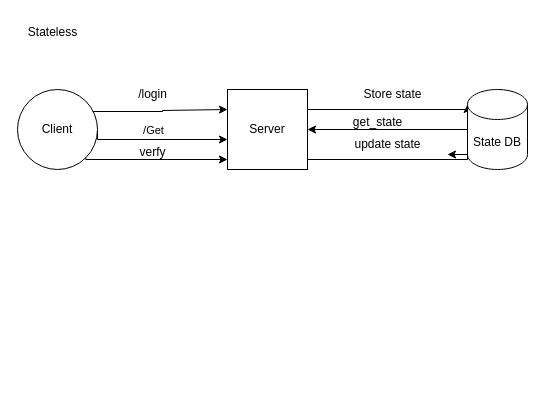
This is Untitled Diagram.drawio from siddheshJungade/api.goconsistent.tech, a draw.io file, before an edit. Source tidied: cells renumbered, new cells numbered last; positions are measured from the earlier drawing's top-left corner, leaving out a move shared by most shapes. Both pictures are drawn from the tidied source at 100%, with x=0, y=0 at pixel (17, 17).
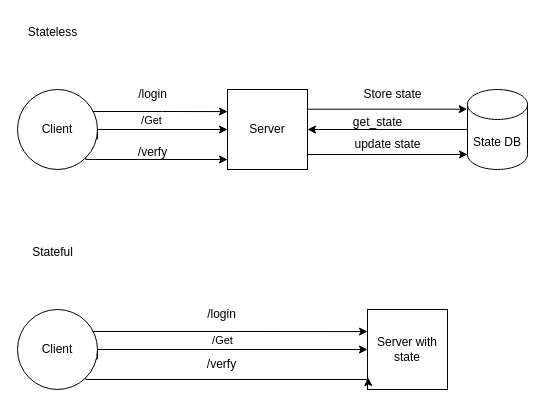
The same diagram, later.

Unchanged cells that the change refers to:
```xml
<mxCell id="5" value="Client" style="ellipse;whiteSpace=wrap;html=1;" parent="1" vertex="1">
  <mxGeometry y="72" width="80" height="80" as="geometry" />
</mxCell>
<mxCell id="8" value="Server" style="whiteSpace=wrap;html=1;" parent="1" vertex="1">
  <mxGeometry x="210" y="72" width="80" height="80" as="geometry" />
</mxCell>
<mxCell id="10" value="State DB" style="shape=cylinder3;whiteSpace=wrap;html=1;boundedLbl=1;backgroundOutline=1;size=15;" parent="1" vertex="1">
  <mxGeometry x="450" y="72" width="60" height="80" as="geometry" />
</mxCell>
```

Diff of the diagram source:
```diff
@@
-    <mxCell id="2" style="edgeStyle=orthogonalEdgeStyle;rounded=0;jettySize=auto;html=1;exitX=0.888;exitY=0.275;exitDx=0;exitDy=0;exitPerimeter=0;" parent="1" edge="1" source="5">
-      <mxGeometry relative="1" as="geometry">
-        <mxPoint x="210" y="92" as="targetPoint" />
-        <Array as="points">
-          <mxPoint x="145" y="94" />
-          <mxPoint x="145" y="93" />
-        </Array>
-      </mxGeometry>
+    <mxCell id="2" style="edgeStyle=orthogonalEdgeStyle;rounded=0;jettySize=auto;html=1;exitX=0.888;exitY=0.275;exitDx=0;exitDy=0;exitPerimeter=0;entryX=0;entryY=0.276;entryDx=0;entryDy=0;entryPerimeter=0;" parent="1" edge="1" source="5" target="8">
+      <mxGeometry relative="1" as="geometry" />
     </mxCell>
-    <mxCell id="3" style="edgeStyle=orthogonalEdgeStyle;rounded=0;jettySize=auto;html=1;exitX=1;exitY=0.5;exitDx=0;exitDy=0;" parent="1" edge="1" source="5" target="8">
+    <mxCell id="3" style="edgeStyle=orthogonalEdgeStyle;rounded=0;jettySize=auto;html=1;exitX=0.975;exitY=0.617;exitDx=0;exitDy=0;exitPerimeter=0;" parent="1" edge="1" source="5" target="8">
       <mxGeometry relative="1" as="geometry">
         <Array as="points">
-          <mxPoint x="80" y="122" />
+          <mxPoint x="80" y="121" />
+          <mxPoint x="80" y="112" />
         </Array>
       </mxGeometry>
     </mxCell>
@@
-    <mxCell id="7" style="edgeStyle=orthogonalEdgeStyle;rounded=0;jettySize=auto;html=1;exitX=1;exitY=0.25;exitDx=0;exitDy=0;entryX=0;entryY=0;entryDx=0;entryDy=15;entryPerimeter=0;" parent="1" edge="1" source="8" target="10">
+    <mxCell id="7" style="edgeStyle=orthogonalEdgeStyle;rounded=0;jettySize=auto;html=1;exitX=1;exitY=0.25;exitDx=0;exitDy=0;entryX=-0.004;entryY=0.246;entryDx=0;entryDy=0;entryPerimeter=0;" parent="1" edge="1" source="8" target="10">
       <mxGeometry relative="1" as="geometry">
         <Array as="points">
           <mxPoint x="450" y="92" />
         </Array>
       </mxGeometry>
     </mxCell>
@@
-    <mxCell id="15" value="verfy" style="text;html=1;align=center;verticalAlign=middle;strokeColor=none;fillColor=none;" parent="1" vertex="1">
+    <mxCell id="15" value="/verfy" style="text;html=1;align=center;verticalAlign=middle;strokeColor=none;fillColor=none;" parent="1" vertex="1">
       <mxGeometry x="110" y="120" width="50" height="30" as="geometry" />
     </mxCell>
-    <mxCell id="16" style="edgeStyle=orthogonalEdgeStyle;rounded=0;jettySize=auto;html=1;exitX=1;exitY=0.75;exitDx=0;exitDy=0;" parent="1" edge="1" source="8">
-      <mxGeometry relative="1" as="geometry">
-        <mxPoint x="430" y="137" as="targetPoint" />
-        <Array as="points">
-          <mxPoint x="290" y="142" />
-          <mxPoint x="450" y="142" />
-        </Array>
-      </mxGeometry>
-    </mxCell>
@@
+    <mxCell id="18" style="edgeStyle=orthogonalEdgeStyle;rounded=0;jettySize=auto;html=1;exitX=1;exitY=0.75;exitDx=0;exitDy=0;entryX=0;entryY=1;entryDx=0;entryDy=-15;entryPerimeter=0;" parent="1" edge="1" source="8" target="10">
+      <mxGeometry relative="1" as="geometry">
+        <Array as="points">
+          <mxPoint x="290" y="137" />
+        </Array>
+      </mxGeometry>
+    </mxCell>
+    <mxCell id="19" style="edgeStyle=orthogonalEdgeStyle;rounded=0;jettySize=auto;html=1;exitX=0.888;exitY=0.275;exitDx=0;exitDy=0;exitPerimeter=0;entryX=0;entryY=0.276;entryDx=0;entryDy=0;entryPerimeter=0;" parent="1" edge="1" source="22" target="24">
+      <mxGeometry relative="1" as="geometry" />
+    </mxCell>
+    <mxCell id="20" style="edgeStyle=orthogonalEdgeStyle;rounded=0;jettySize=auto;html=1;exitX=0.975;exitY=0.617;exitDx=0;exitDy=0;exitPerimeter=0;" parent="1" edge="1" source="22" target="24">
+      <mxGeometry relative="1" as="geometry">
+        <Array as="points">
+          <mxPoint x="80" y="341" />
+          <mxPoint x="80" y="332" />
+        </Array>
+      </mxGeometry>
+    </mxCell>
+    <mxCell id="21" value="/Get" style="edgeLabel;html=1;align=center;verticalAlign=middle;" parent="20" vertex="1">
+      <mxGeometry x="0.01" y="7" relative="1" as="geometry">
+        <mxPoint x="-6" y="-3" as="offset" />
+      </mxGeometry>
+    </mxCell>
+    <mxCell id="22" value="Client" style="ellipse;whiteSpace=wrap;html=1;" parent="1" vertex="1">
+      <mxGeometry y="292" width="80" height="80" as="geometry" />
+    </mxCell>
+    <mxCell id="23" value="Stateful" style="text;html=1;align=center;verticalAlign=middle;strokeColor=none;fillColor=none;" parent="1" vertex="1">
+      <mxGeometry x="5" y="220" width="60" height="30" as="geometry" />
+    </mxCell>
+    <mxCell id="24" value="Server with state" style="whiteSpace=wrap;html=1;" parent="1" vertex="1">
+      <mxGeometry x="350" y="292" width="80" height="80" as="geometry" />
+    </mxCell>
+    <mxCell id="25" value="/login" style="text;html=1;align=center;verticalAlign=middle;strokeColor=none;fillColor=none;" parent="1" vertex="1">
+      <mxGeometry x="179" y="282" width="50" height="30" as="geometry" />
+    </mxCell>
+    <mxCell id="26" style="edgeStyle=orthogonalEdgeStyle;rounded=0;jettySize=auto;html=1;exitX=1;exitY=1;exitDx=0;exitDy=0;entryX=0.007;entryY=0.851;entryDx=0;entryDy=0;entryPerimeter=0;" parent="1" edge="1" source="22" target="24">
+      <mxGeometry relative="1" as="geometry">
+        <Array as="points">
+          <mxPoint x="68" y="362" />
+          <mxPoint x="351" y="362" />
+        </Array>
+      </mxGeometry>
+    </mxCell>
+    <mxCell id="27" value="/verfy" style="text;html=1;align=center;verticalAlign=middle;strokeColor=none;fillColor=none;" parent="1" vertex="1">
+      <mxGeometry x="179" y="332" width="50" height="30" as="geometry" />
+    </mxCell>
```
